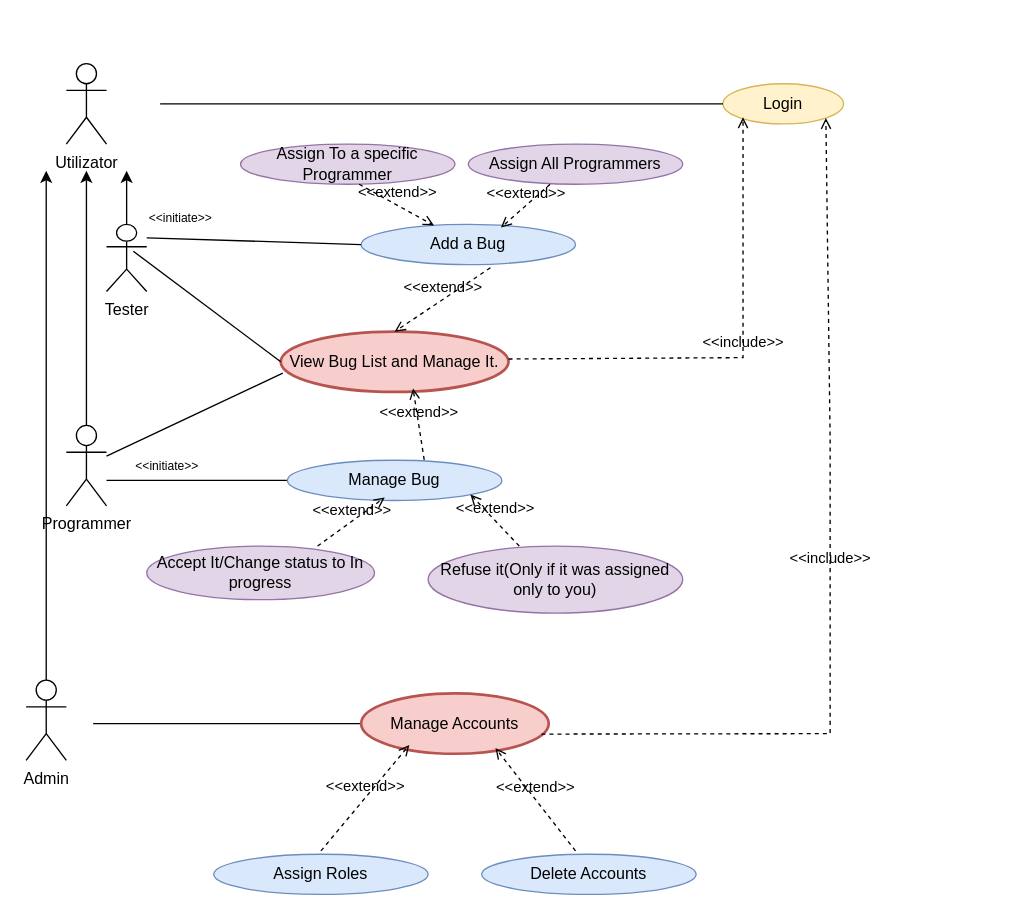
Before: ISSDiagram.drawio in Cinix03/ISS, a draw.io diagram. Source tidied: cells renumbered, new cells numbered last; positions are measured from the earlier drawing's top-left corner, leaving out a move shared by most shapes. Both pictures are drawn from the tidied source at 134%, with x=0, y=0 at pixel (25, 63).
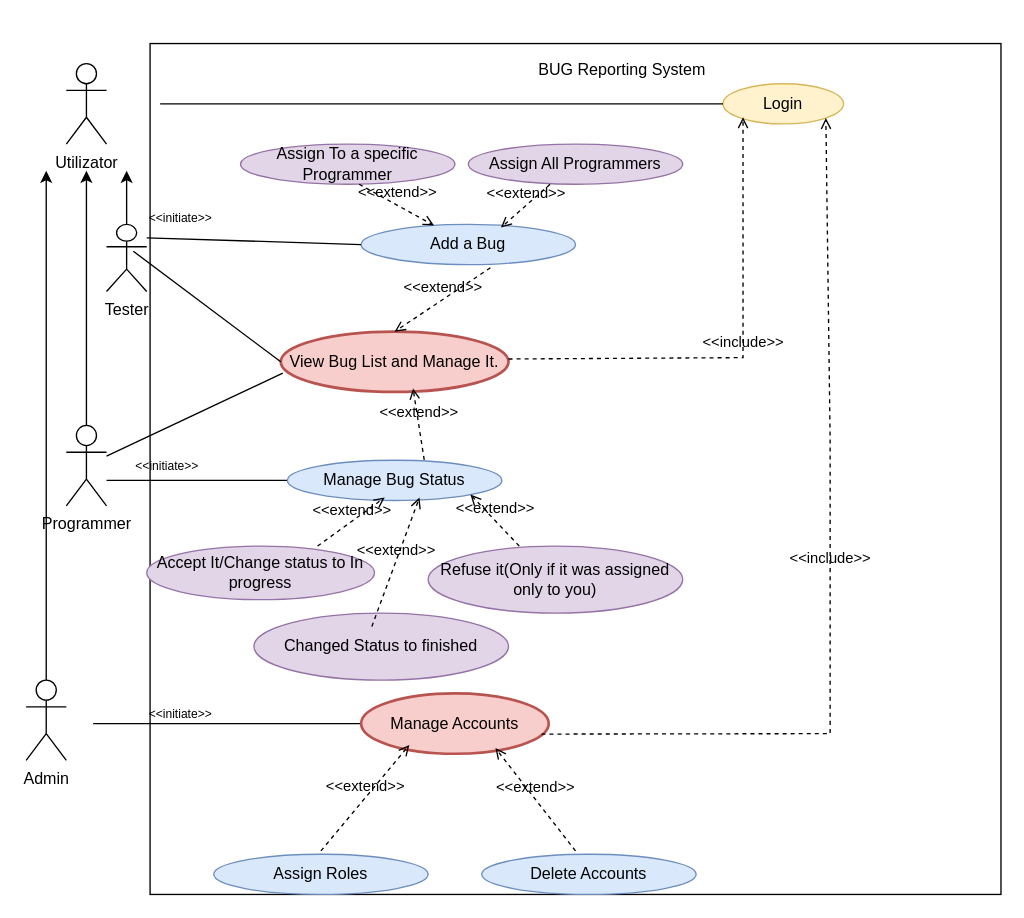
The same page after the edit.

Change to the diagram source:
```diff
@@
+    <mxCell id="38" style="whiteSpace=wrap;html=1;" parent="1" vertex="1">
+      <mxGeometry x="92.5" y="-15" width="635" height="635" as="geometry" />
+    </mxCell>
@@
-    <mxCell id="22" value="Manage Bug" style="ellipse;whiteSpace=wrap;html=1;fillColor=#dae8fc;strokeColor=#6c8ebf;" parent="1" vertex="1">
+    <mxCell id="22" value="Manage Bug Status" style="ellipse;whiteSpace=wrap;html=1;fillColor=#dae8fc;strokeColor=#6c8ebf;" parent="1" vertex="1">
       <mxGeometry x="195" y="296" width="160" height="30" as="geometry" />
     </mxCell>
@@
+    <mxCell id="39" value="Changed Status to finished" style="ellipse;whiteSpace=wrap;html=1;fillColor=#e1d5e7;strokeColor=#9673a6;" parent="1" vertex="1">
+      <mxGeometry x="170" y="410" width="190" height="50" as="geometry" />
+    </mxCell>
+    <mxCell id="40" value="&amp;lt;&amp;lt;extend&amp;gt;&amp;gt;" style="html=1;verticalAlign=bottom;labelBackgroundColor=none;endArrow=open;endFill=0;dashed=1;rounded=0;exitX=0.638;exitY=-0.011;exitDx=0;exitDy=0;exitPerimeter=0;entryX=0.616;entryY=0.926;entryDx=0;entryDy=0;entryPerimeter=0;" parent="1" edge="1" target="22">
+      <mxGeometry x="-0.01" relative="1" as="geometry">
+        <mxPoint x="258" y="420" as="sourcePoint" />
+      </mxGeometry>
+    </mxCell>
+    <mxCell id="41" value="BUG Reporting System" style="text;html=1;align=center;verticalAlign=middle;whiteSpace=wrap;rounded=0;" parent="1" vertex="1">
+      <mxGeometry x="380" y="-30" width="130" height="70" as="geometry" />
+    </mxCell>
+    <mxCell id="42" value="&lt;font style=&quot;font-size: 9px;&quot;&gt;&amp;lt;&amp;lt;initiate&amp;gt;&amp;gt;&lt;/font&gt;" style="text;html=1;align=center;verticalAlign=middle;strokeColor=none;fillColor=none;" parent="1" vertex="1">
+      <mxGeometry x="80" y="470" width="70" height="30" as="geometry" />
+    </mxCell>
```
